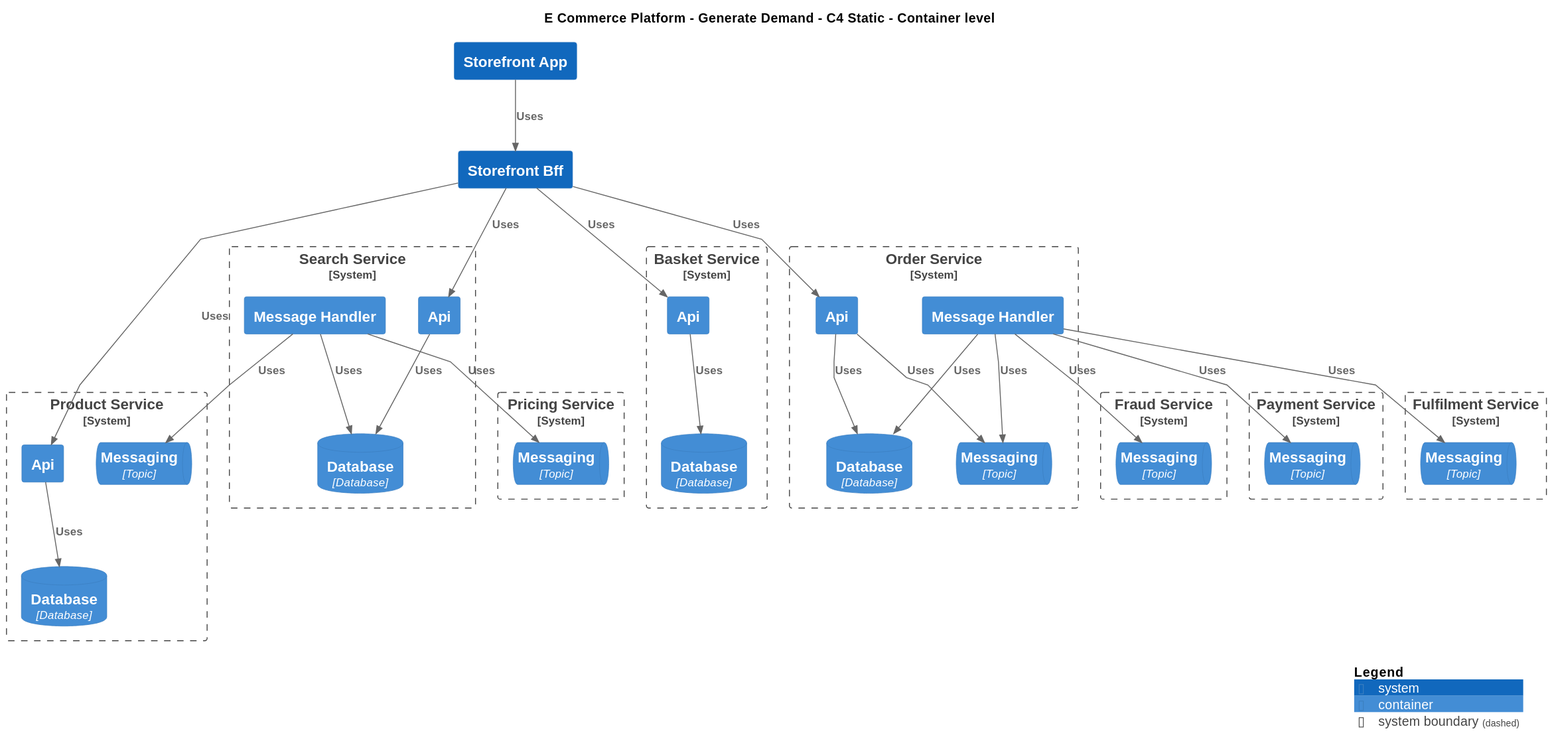
This is Samples/E-Commerce Platform/Yaml/Diagrams/E Commerce Platform/Generate Demand/Container - C4 Static.svg from mnadenysenko/C4InterFlow, a PlantUML export, as it was before one commit.
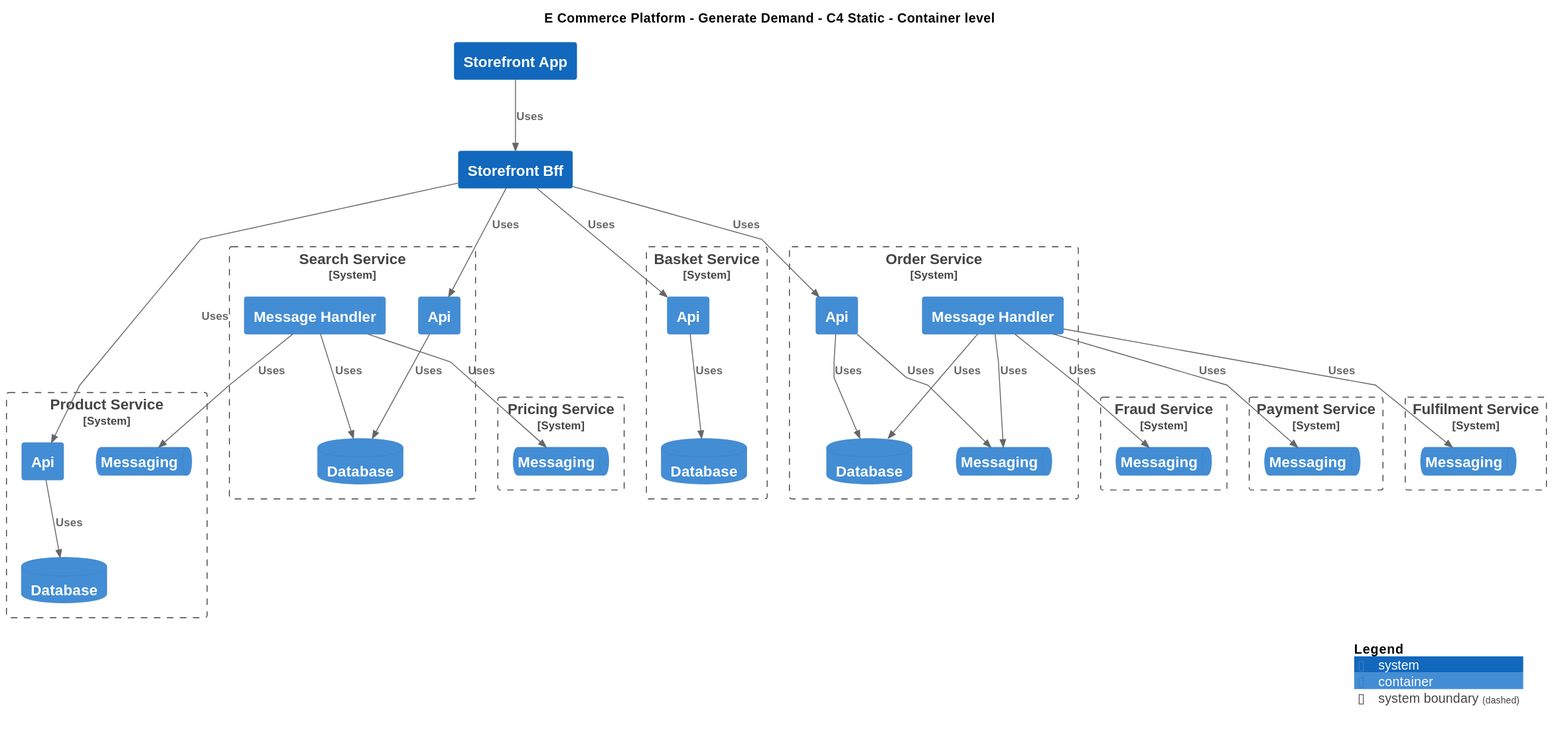
After the change.

Diff of the diagram source:
```diff
@@ -21,42 +21,42 @@
 
 System_Boundary(ECommercePlatform.CreateProduct.ProductInformationManagement.SoftwareSystems.ProductService, "Product Service") {
     Container(ECommercePlatform.CreateProduct.ProductInformationManagement.SoftwareSystems.ProductService.Containers.Api, "Api", "", "")
-    ContainerDb(ECommercePlatform.CreateProduct.ProductInformationManagement.SoftwareSystems.ProductService.Containers.Database, "Database", "Database", "")
-    ContainerQueue(ECommercePlatform.CreateProduct.ProductInformationManagement.SoftwareSystems.ProductService.Containers.Messaging, "Messaging", "Topic", "")
+    ContainerDb(ECommercePlatform.CreateProduct.ProductInformationManagement.SoftwareSystems.ProductService.Containers.Database, "Database", "", "")
+    ContainerQueue(ECommercePlatform.CreateProduct.ProductInformationManagement.SoftwareSystems.ProductService.Containers.Messaging, "Messaging", "", "")
 }
 
 System_Boundary(ECommercePlatform.GenerateDemand.SearchAndBrowse.SoftwareSystems.SearchService, "Search Service") {
     Container(ECommercePlatform.GenerateDemand.SearchAndBrowse.SoftwareSystems.SearchService.Containers.Api, "Api", "", "")
-    ContainerDb(ECommercePlatform.GenerateDemand.SearchAndBrowse.SoftwareSystems.SearchService.Containers.Database, "Database", "Database", "")
+    ContainerDb(ECommercePlatform.GenerateDemand.SearchAndBrowse.SoftwareSystems.SearchService.Containers.Database, "Database", "", "")
     Container(ECommercePlatform.GenerateDemand.SearchAndBrowse.SoftwareSystems.SearchService.Containers.MessageHandler, "Message Handler", "", "")
 }
 
 System_Boundary(ECommercePlatform.GenerateDemand.Basket.SoftwareSystems.BasketService, "Basket Service") {
     Container(ECommercePlatform.GenerateDemand.Basket.SoftwareSystems.BasketService.Containers.Api, "Api", "", "")
-    ContainerDb(ECommercePlatform.GenerateDemand.Basket.SoftwareSystems.BasketService.Containers.Database, "Database", "Database", "")
+    ContainerDb(ECommercePlatform.GenerateDemand.Basket.SoftwareSystems.BasketService.Containers.Database, "Database", "", "")
 }
 
 System_Boundary(ECommercePlatform.GenerateDemand.OrderManagement.SoftwareSystems.OrderService, "Order Service") {
     Container(ECommercePlatform.GenerateDemand.OrderManagement.SoftwareSystems.OrderService.Containers.Api, "Api", "", "")
-    ContainerDb(ECommercePlatform.GenerateDemand.OrderManagement.SoftwareSystems.OrderService.Containers.Database, "Database", "Database", "")
-    ContainerQueue(ECommercePlatform.GenerateDemand.OrderManagement.SoftwareSystems.OrderService.Containers.Messaging, "Messaging", "Topic", "")
+    ContainerDb(ECommercePlatform.GenerateDemand.OrderManagement.SoftwareSystems.OrderService.Containers.Database, "Database", "", "")
+    ContainerQueue(ECommercePlatform.GenerateDemand.OrderManagement.SoftwareSystems.OrderService.Containers.Messaging, "Messaging", "", "")
     Container(ECommercePlatform.GenerateDemand.OrderManagement.SoftwareSystems.OrderService.Containers.MessageHandler, "Message Handler", "", "")
 }
 
 System_Boundary(ECommercePlatform.Deliver.FraudManagement.SoftwareSystems.FraudService, "Fraud Service") {
-    ContainerQueue(ECommercePlatform.Deliver.FraudManagement.SoftwareSystems.FraudService.Containers.Messaging, "Messaging", "Topic", "")
+    ContainerQueue(ECommercePlatform.Deliver.FraudManagement.SoftwareSystems.FraudService.Containers.Messaging, "Messaging", "", "")
 }
 
 System_Boundary(ECommercePlatform.Deliver.Payments.SoftwareSystems.PaymentService, "Payment Service") {
-    ContainerQueue(ECommercePlatform.Deliver.Payments.SoftwareSystems.PaymentService.Containers.Messaging, "Messaging", "Topic", "")
+    ContainerQueue(ECommercePlatform.Deliver.Payments.SoftwareSystems.PaymentService.Containers.Messaging, "Messaging", "", "")
 }
 
 System_Boundary(ECommercePlatform.Deliver.Fulfilment.SoftwareSystems.FulfilmentService, "Fulfilment Service") {
-    ContainerQueue(ECommercePlatform.Deliver.Fulfilment.SoftwareSystems.FulfilmentService.Containers.Messaging, "Messaging", "Topic", "")
+    ContainerQueue(ECommercePlatform.Deliver.Fulfilment.SoftwareSystems.FulfilmentService.Containers.Messaging, "Messaging", "", "")
 }
 
 System_Boundary(ECommercePlatform.CreateProduct.PriceManagement.SoftwareSystems.PricingService, "Pricing Service") {
-    ContainerQueue(ECommercePlatform.CreateProduct.PriceManagement.SoftwareSystems.PricingService.Containers.Messaging, "Messaging", "Topic", "")
+    ContainerQueue(ECommercePlatform.CreateProduct.PriceManagement.SoftwareSystems.PricingService.Containers.Messaging, "Messaging", "", "")
 }
 
 Rel(ECommercePlatform.GenerateDemand.Storefront.SoftwareSystems.StorefrontApp, ECommercePlatform.GenerateDemand.Storefront.SoftwareSystems.StorefrontBff, "Uses")
```
